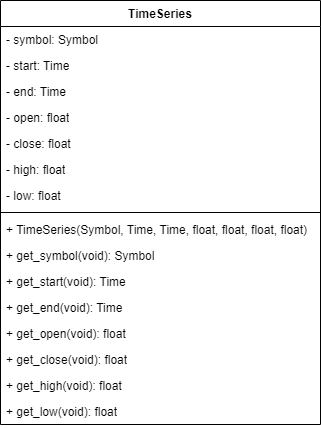
Earlier version of the draw.io export docs/TimeSeries.png (mwhicks-dev/automatic-octo-spoon). Source tidied: cells renumbered, new cells last; positions are measured from the earlier drawing's top-left corner, leaving out a move shared by most shapes. Its diagram source:
```xml
<mxGraphModel>
  <root>
    <mxCell id="0" />
    <mxCell id="1" parent="0" />
    <mxCell id="2" value="&lt;div&gt;TimeSeries&lt;/div&gt;" style="swimlane;fontStyle=1;align=center;verticalAlign=top;horizontal=1;startSize=26;whiteSpace=wrap;html=1;" parent="1" vertex="1">
      <mxGeometry width="320" height="424" as="geometry" />
    </mxCell>
    <mxCell id="3" value="- symbol: Symbol" style="text;strokeColor=none;fillColor=none;align=left;verticalAlign=top;spacingLeft=4;spacingRight=4;overflow=hidden;whiteSpace=wrap;html=1;" parent="2" vertex="1">
      <mxGeometry y="26" width="320" height="26" as="geometry" />
    </mxCell>
    <mxCell id="4" value="- start: Time" style="text;strokeColor=none;fillColor=none;align=left;verticalAlign=top;spacingLeft=4;spacingRight=4;overflow=hidden;whiteSpace=wrap;html=1;" parent="2" vertex="1">
      <mxGeometry y="52" width="320" height="26" as="geometry" />
    </mxCell>
    <mxCell id="5" value="- end: Time" style="text;strokeColor=none;fillColor=none;align=left;verticalAlign=top;spacingLeft=4;spacingRight=4;overflow=hidden;whiteSpace=wrap;html=1;" parent="2" vertex="1">
      <mxGeometry y="78" width="320" height="26" as="geometry" />
    </mxCell>
    <mxCell id="6" value="- open: float" style="text;strokeColor=none;fillColor=none;align=left;verticalAlign=top;spacingLeft=4;spacingRight=4;overflow=hidden;whiteSpace=wrap;html=1;" parent="2" vertex="1">
      <mxGeometry y="104" width="320" height="26" as="geometry" />
    </mxCell>
    <mxCell id="7" value="- close: float" style="text;strokeColor=none;fillColor=none;align=left;verticalAlign=top;spacingLeft=4;spacingRight=4;overflow=hidden;whiteSpace=wrap;html=1;" parent="2" vertex="1">
      <mxGeometry y="130" width="320" height="26" as="geometry" />
    </mxCell>
    <mxCell id="8" value="- high: float" style="text;strokeColor=none;fillColor=none;align=left;verticalAlign=top;spacingLeft=4;spacingRight=4;overflow=hidden;whiteSpace=wrap;html=1;" parent="2" vertex="1">
      <mxGeometry y="156" width="320" height="26" as="geometry" />
    </mxCell>
    <mxCell id="9" value="- low: float" style="text;strokeColor=none;fillColor=none;align=left;verticalAlign=top;spacingLeft=4;spacingRight=4;overflow=hidden;whiteSpace=wrap;html=1;" parent="2" vertex="1">
      <mxGeometry y="182" width="320" height="26" as="geometry" />
    </mxCell>
    <mxCell id="10" style="line;strokeWidth=1;fillColor=none;align=left;verticalAlign=middle;spacingTop=-1;spacingLeft=3;spacingRight=3;labelPosition=right;strokeColor=inherit;" parent="2" vertex="1">
      <mxGeometry y="208" width="320" height="8" as="geometry" />
    </mxCell>
    <mxCell id="11" value="+ TimeSeries(Symbol, Time, Time, float, float, float, float)" style="text;strokeColor=none;fillColor=none;align=left;verticalAlign=top;spacingLeft=4;spacingRight=4;overflow=hidden;whiteSpace=wrap;html=1;" parent="2" vertex="1">
      <mxGeometry y="216" width="320" height="26" as="geometry" />
    </mxCell>
    <mxCell id="12" value="+ get_symbol(void): Symbol" style="text;strokeColor=none;fillColor=none;align=left;verticalAlign=top;spacingLeft=4;spacingRight=4;overflow=hidden;whiteSpace=wrap;html=1;" parent="2" vertex="1">
      <mxGeometry y="242" width="320" height="26" as="geometry" />
    </mxCell>
    <mxCell id="13" value="+ get_start(void): Time" style="text;strokeColor=none;fillColor=none;align=left;verticalAlign=top;spacingLeft=4;spacingRight=4;overflow=hidden;whiteSpace=wrap;html=1;" parent="2" vertex="1">
      <mxGeometry y="268" width="320" height="26" as="geometry" />
    </mxCell>
    <mxCell id="14" value="+ get_end(void): Time" style="text;strokeColor=none;fillColor=none;align=left;verticalAlign=top;spacingLeft=4;spacingRight=4;overflow=hidden;whiteSpace=wrap;html=1;" parent="2" vertex="1">
      <mxGeometry y="294" width="320" height="26" as="geometry" />
    </mxCell>
    <mxCell id="15" value="+ get_open(void): float" style="text;strokeColor=none;fillColor=none;align=left;verticalAlign=top;spacingLeft=4;spacingRight=4;overflow=hidden;whiteSpace=wrap;html=1;" parent="2" vertex="1">
      <mxGeometry y="320" width="320" height="26" as="geometry" />
    </mxCell>
    <mxCell id="16" value="+ get_close(void): float" style="text;strokeColor=none;fillColor=none;align=left;verticalAlign=top;spacingLeft=4;spacingRight=4;overflow=hidden;whiteSpace=wrap;html=1;" parent="2" vertex="1">
      <mxGeometry y="346" width="320" height="26" as="geometry" />
    </mxCell>
    <mxCell id="17" value="+ get_high(void): float" style="text;strokeColor=none;fillColor=none;align=left;verticalAlign=top;spacingLeft=4;spacingRight=4;overflow=hidden;whiteSpace=wrap;html=1;" parent="2" vertex="1">
      <mxGeometry y="372" width="320" height="26" as="geometry" />
    </mxCell>
    <mxCell id="18" value="+ get_low(void): float" style="text;strokeColor=none;fillColor=none;align=left;verticalAlign=top;spacingLeft=4;spacingRight=4;overflow=hidden;whiteSpace=wrap;html=1;" parent="2" vertex="1">
      <mxGeometry y="398" width="320" height="26" as="geometry" />
    </mxCell>
  </root>
</mxGraphModel>
```
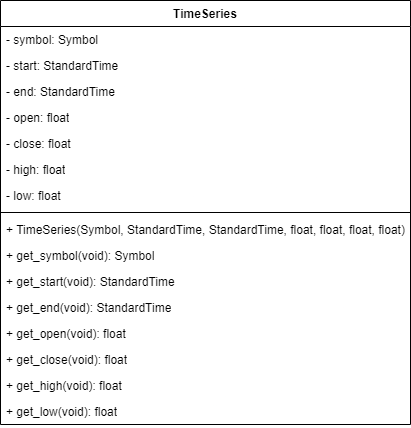
The same diagram one commit later.

Diff of the diagram source:
```diff
@@ -3,55 +3,55 @@
     <mxCell id="0" />
     <mxCell id="1" parent="0" />
     <mxCell id="2" value="&lt;div&gt;TimeSeries&lt;/div&gt;" style="swimlane;fontStyle=1;align=center;verticalAlign=top;horizontal=1;startSize=26;whiteSpace=wrap;html=1;" parent="1" vertex="1">
-      <mxGeometry width="320" height="424" as="geometry" />
+      <mxGeometry width="410" height="424" as="geometry" />
     </mxCell>
     <mxCell id="3" value="- symbol: Symbol" style="text;strokeColor=none;fillColor=none;align=left;verticalAlign=top;spacingLeft=4;spacingRight=4;overflow=hidden;whiteSpace=wrap;html=1;" parent="2" vertex="1">
-      <mxGeometry y="26" width="320" height="26" as="geometry" />
+      <mxGeometry y="26" width="410" height="26" as="geometry" />
     </mxCell>
-    <mxCell id="4" value="- start: Time" style="text;strokeColor=none;fillColor=none;align=left;verticalAlign=top;spacingLeft=4;spacingRight=4;overflow=hidden;whiteSpace=wrap;html=1;" parent="2" vertex="1">
-      <mxGeometry y="52" width="320" height="26" as="geometry" />
+    <mxCell id="4" value="- start: StandardTime" style="text;strokeColor=none;fillColor=none;align=left;verticalAlign=top;spacingLeft=4;spacingRight=4;overflow=hidden;whiteSpace=wrap;html=1;" parent="2" vertex="1">
+      <mxGeometry y="52" width="410" height="26" as="geometry" />
     </mxCell>
-    <mxCell id="5" value="- end: Time" style="text;strokeColor=none;fillColor=none;align=left;verticalAlign=top;spacingLeft=4;spacingRight=4;overflow=hidden;whiteSpace=wrap;html=1;" parent="2" vertex="1">
-      <mxGeometry y="78" width="320" height="26" as="geometry" />
+    <mxCell id="5" value="- end: StandardTime" style="text;strokeColor=none;fillColor=none;align=left;verticalAlign=top;spacingLeft=4;spacingRight=4;overflow=hidden;whiteSpace=wrap;html=1;" parent="2" vertex="1">
+      <mxGeometry y="78" width="410" height="26" as="geometry" />
     </mxCell>
     <mxCell id="6" value="- open: float" style="text;strokeColor=none;fillColor=none;align=left;verticalAlign=top;spacingLeft=4;spacingRight=4;overflow=hidden;whiteSpace=wrap;html=1;" parent="2" vertex="1">
-      <mxGeometry y="104" width="320" height="26" as="geometry" />
+      <mxGeometry y="104" width="410" height="26" as="geometry" />
     </mxCell>
     <mxCell id="7" value="- close: float" style="text;strokeColor=none;fillColor=none;align=left;verticalAlign=top;spacingLeft=4;spacingRight=4;overflow=hidden;whiteSpace=wrap;html=1;" parent="2" vertex="1">
-      <mxGeometry y="130" width="320" height="26" as="geometry" />
+      <mxGeometry y="130" width="410" height="26" as="geometry" />
     </mxCell>
     <mxCell id="8" value="- high: float" style="text;strokeColor=none;fillColor=none;align=left;verticalAlign=top;spacingLeft=4;spacingRight=4;overflow=hidden;whiteSpace=wrap;html=1;" parent="2" vertex="1">
-      <mxGeometry y="156" width="320" height="26" as="geometry" />
+      <mxGeometry y="156" width="410" height="26" as="geometry" />
     </mxCell>
     <mxCell id="9" value="- low: float" style="text;strokeColor=none;fillColor=none;align=left;verticalAlign=top;spacingLeft=4;spacingRight=4;overflow=hidden;whiteSpace=wrap;html=1;" parent="2" vertex="1">
-      <mxGeometry y="182" width="320" height="26" as="geometry" />
+      <mxGeometry y="182" width="410" height="26" as="geometry" />
     </mxCell>
     <mxCell id="10" style="line;strokeWidth=1;fillColor=none;align=left;verticalAlign=middle;spacingTop=-1;spacingLeft=3;spacingRight=3;labelPosition=right;strokeColor=inherit;" parent="2" vertex="1">
-      <mxGeometry y="208" width="320" height="8" as="geometry" />
+      <mxGeometry y="208" width="410" height="8" as="geometry" />
     </mxCell>
-    <mxCell id="11" value="+ TimeSeries(Symbol, Time, Time, float, float, float, float)" style="text;strokeColor=none;fillColor=none;align=left;verticalAlign=top;spacingLeft=4;spacingRight=4;overflow=hidden;whiteSpace=wrap;html=1;" parent="2" vertex="1">
-      <mxGeometry y="216" width="320" height="26" as="geometry" />
+    <mxCell id="11" value="+ TimeSeries(Symbol, StandardTime, StandardTime, float, float, float, float)" style="text;strokeColor=none;fillColor=none;align=left;verticalAlign=top;spacingLeft=4;spacingRight=4;overflow=hidden;whiteSpace=wrap;html=1;" parent="2" vertex="1">
+      <mxGeometry y="216" width="410" height="26" as="geometry" />
     </mxCell>
     <mxCell id="12" value="+ get_symbol(void): Symbol" style="text;strokeColor=none;fillColor=none;align=left;verticalAlign=top;spacingLeft=4;spacingRight=4;overflow=hidden;whiteSpace=wrap;html=1;" parent="2" vertex="1">
-      <mxGeometry y="242" width="320" height="26" as="geometry" />
+      <mxGeometry y="242" width="410" height="26" as="geometry" />
     </mxCell>
-    <mxCell id="13" value="+ get_start(void): Time" style="text;strokeColor=none;fillColor=none;align=left;verticalAlign=top;spacingLeft=4;spacingRight=4;overflow=hidden;whiteSpace=wrap;html=1;" parent="2" vertex="1">
-      <mxGeometry y="268" width="320" height="26" as="geometry" />
+    <mxCell id="13" value="+ get_start(void): StandardTime" style="text;strokeColor=none;fillColor=none;align=left;verticalAlign=top;spacingLeft=4;spacingRight=4;overflow=hidden;whiteSpace=wrap;html=1;" parent="2" vertex="1">
+      <mxGeometry y="268" width="410" height="26" as="geometry" />
     </mxCell>
-    <mxCell id="14" value="+ get_end(void): Time" style="text;strokeColor=none;fillColor=none;align=left;verticalAlign=top;spacingLeft=4;spacingRight=4;overflow=hidden;whiteSpace=wrap;html=1;" parent="2" vertex="1">
-      <mxGeometry y="294" width="320" height="26" as="geometry" />
+    <mxCell id="14" value="+ get_end(void): StandardTime" style="text;strokeColor=none;fillColor=none;align=left;verticalAlign=top;spacingLeft=4;spacingRight=4;overflow=hidden;whiteSpace=wrap;html=1;" parent="2" vertex="1">
+      <mxGeometry y="294" width="410" height="26" as="geometry" />
     </mxCell>
     <mxCell id="15" value="+ get_open(void): float" style="text;strokeColor=none;fillColor=none;align=left;verticalAlign=top;spacingLeft=4;spacingRight=4;overflow=hidden;whiteSpace=wrap;html=1;" parent="2" vertex="1">
-      <mxGeometry y="320" width="320" height="26" as="geometry" />
+      <mxGeometry y="320" width="410" height="26" as="geometry" />
     </mxCell>
     <mxCell id="16" value="+ get_close(void): float" style="text;strokeColor=none;fillColor=none;align=left;verticalAlign=top;spacingLeft=4;spacingRight=4;overflow=hidden;whiteSpace=wrap;html=1;" parent="2" vertex="1">
-      <mxGeometry y="346" width="320" height="26" as="geometry" />
+      <mxGeometry y="346" width="410" height="26" as="geometry" />
     </mxCell>
     <mxCell id="17" value="+ get_high(void): float" style="text;strokeColor=none;fillColor=none;align=left;verticalAlign=top;spacingLeft=4;spacingRight=4;overflow=hidden;whiteSpace=wrap;html=1;" parent="2" vertex="1">
-      <mxGeometry y="372" width="320" height="26" as="geometry" />
+      <mxGeometry y="372" width="410" height="26" as="geometry" />
     </mxCell>
     <mxCell id="18" value="+ get_low(void): float" style="text;strokeColor=none;fillColor=none;align=left;verticalAlign=top;spacingLeft=4;spacingRight=4;overflow=hidden;whiteSpace=wrap;html=1;" parent="2" vertex="1">
-      <mxGeometry y="398" width="320" height="26" as="geometry" />
+      <mxGeometry y="398" width="410" height="26" as="geometry" />
     </mxCell>
   </root>
 </mxGraphModel>
```
